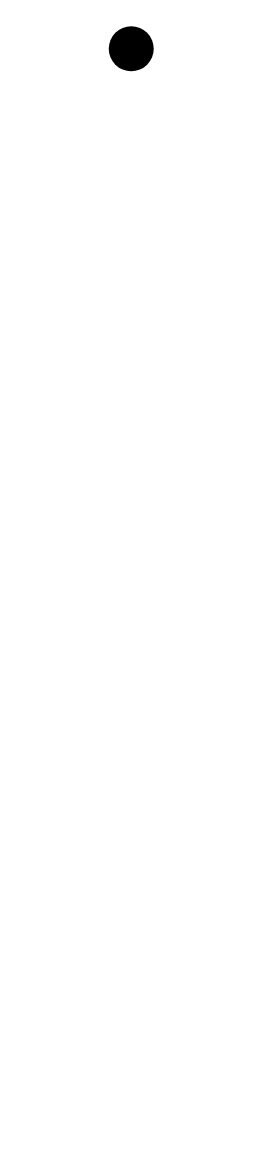
Above: Uebungsblatt09/Aktivitätsdiagramm.drawio in TheBlackDragon4/SWE-HS-Co-Se5 (draw.io), before the change. Source tidied: cells renumbered, new cells numbered last; positions are measured from the earlier drawing's top-left corner, leaving out a move shared by most shapes. Both pictures are drawn from the tidied source at 150%, with x=0, y=0 at pixel (108, 26).
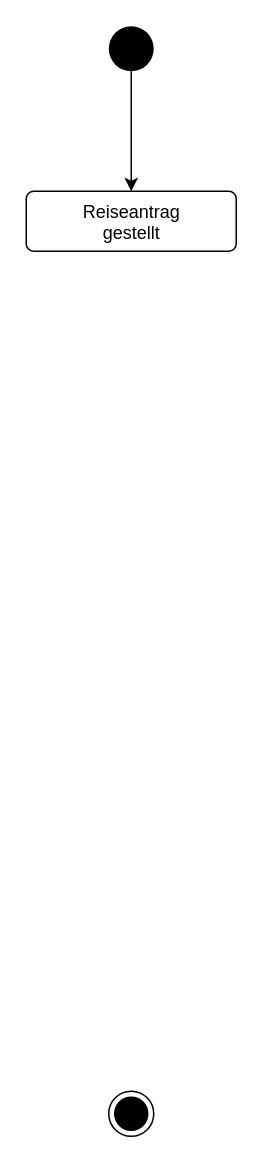
Above is the later version.

Diff of the diagram source:
```diff
@@
 <mxGraphModel>
   <root>
     <mxCell id="0" />
     <mxCell id="1" parent="0" />
+    <mxCell id="3" style="edgeStyle=none;html=1;exitX=0.5;exitY=1;exitDx=0;exitDy=0;" parent="1" edge="1" source="2" target="4">
+      <mxGeometry relative="1" as="geometry" />
+    </mxCell>
     <mxCell id="2" style="ellipse;fillColor=#000000;strokeColor=none;" parent="1" vertex="1">
       <mxGeometry width="30" height="30" as="geometry" />
     </mxCell>
+    <mxCell id="4" value="Reiseantrag&lt;br&gt;gestellt" style="html=1;align=center;verticalAlign=top;rounded=1;absoluteArcSize=1;arcSize=10;dashed=0;gradientColor=none;shadow=0;glass=0;sketch=0;labelBackgroundColor=none;perimeterSpacing=0;" parent="1" vertex="1">
+      <mxGeometry x="-55" y="110" width="140" height="40" as="geometry" />
+    </mxCell>
+    <mxCell id="5" style="ellipse;html=1;shape=endState;fillColor=#000000;strokeColor=#000000;rounded=1;shadow=0;glass=0;labelBackgroundColor=none;sketch=0;" parent="1" vertex="1">
+      <mxGeometry y="710" width="30" height="30" as="geometry" />
+    </mxCell>
   </root>
 </mxGraphModel>
```
